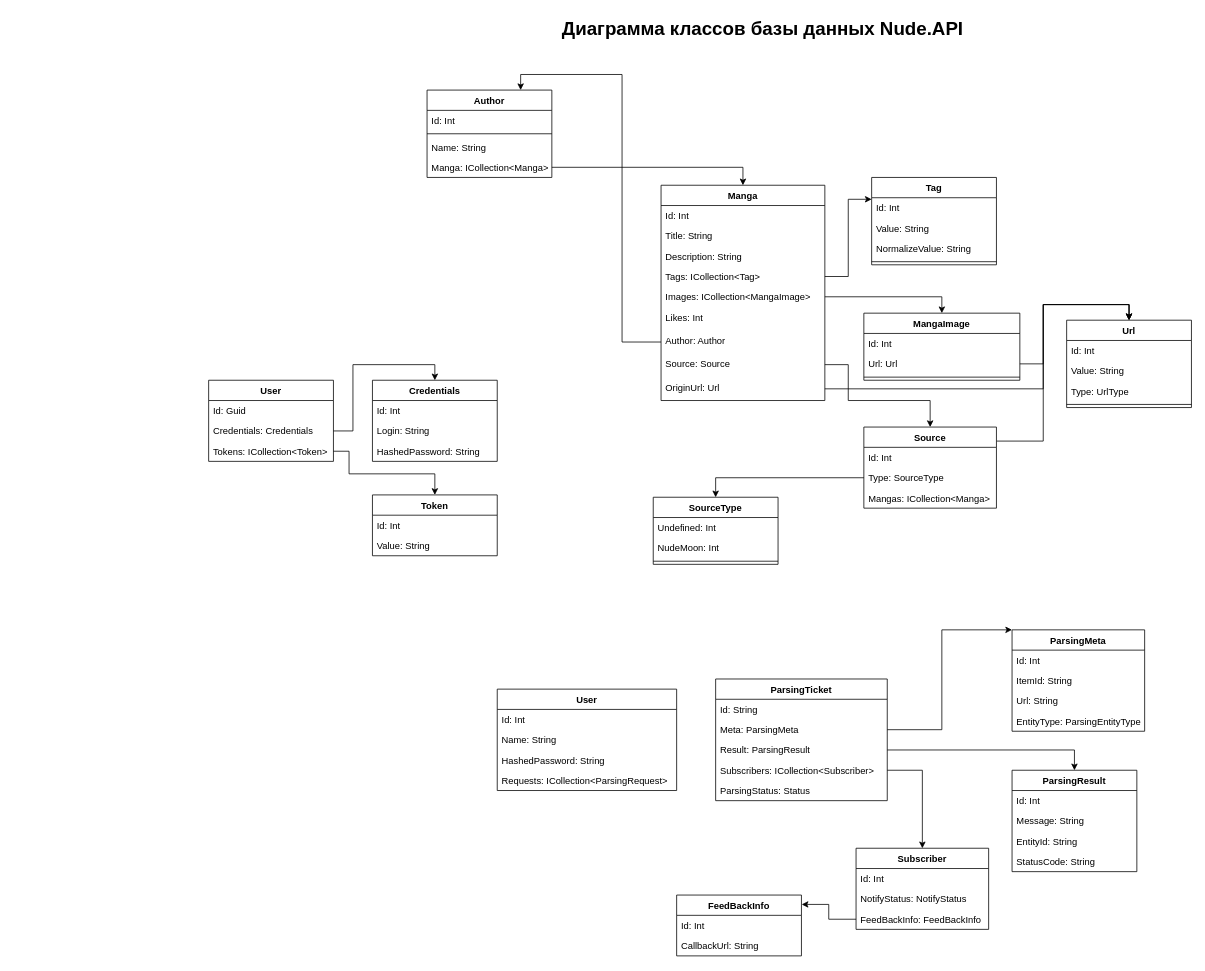
Earlier version of the draw.io diagram etc/Nude.API.Database.drawio (Sparrow1488/Nude). Source tidied: cells renumbered, new cells numbered last; positions are measured from the earlier drawing's top-left corner, leaving out a move shared by most shapes. Both pictures are drawn from the tidied source at 78%, with x=0, y=0 at pixel (208, 13).
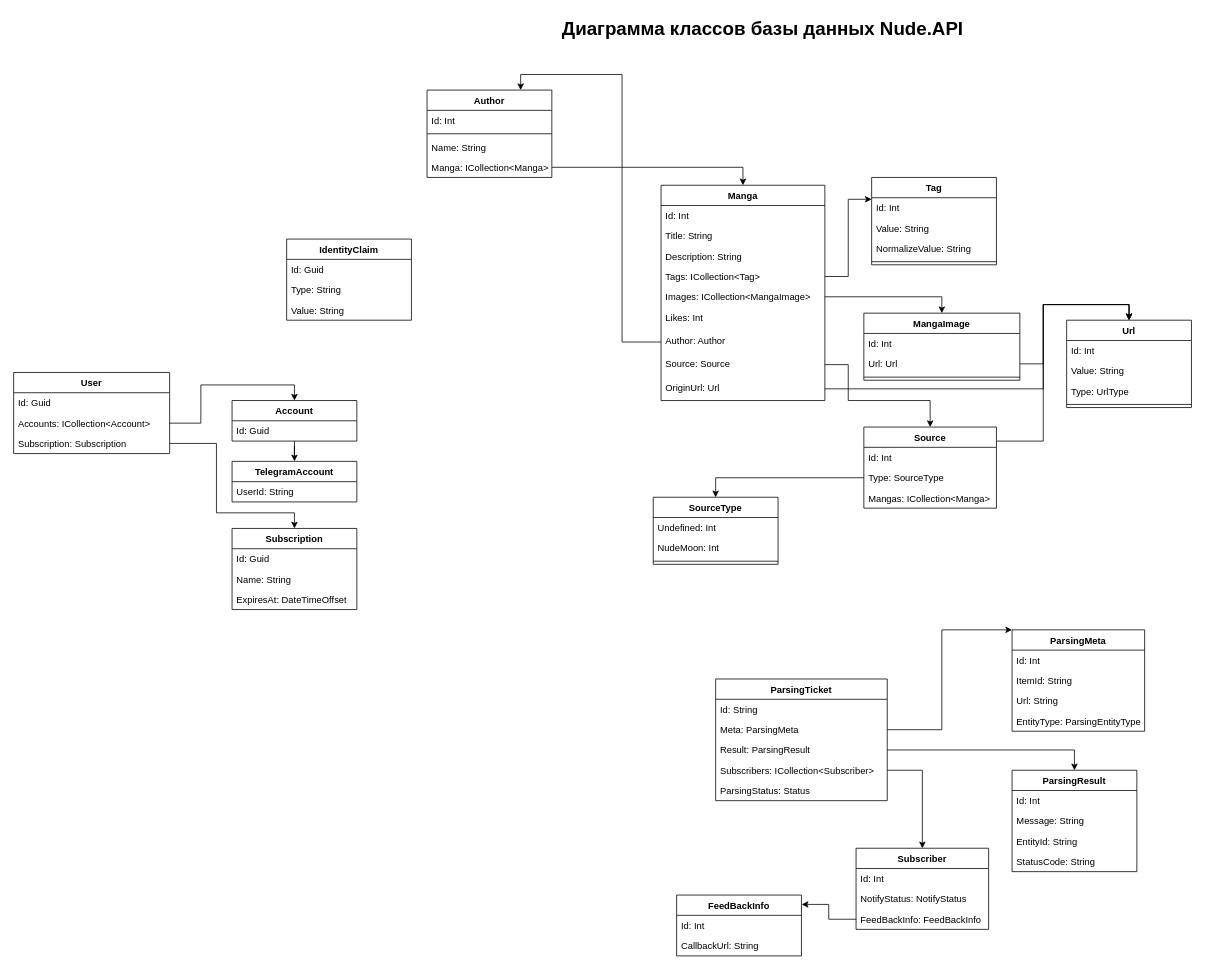
After the change.

The edit, as a diff of the source:
```diff
@@
-    <mxCell id="55" value="User" style="swimlane;fontStyle=1;align=center;verticalAlign=top;horizontal=1;startSize=26;" parent="1" vertex="1">
-      <mxGeometry x="370" y="866" width="230" height="130" as="geometry" />
-    </mxCell>
-    <mxCell id="56" value="Id: Int" style="text;strokeColor=none;fillColor=none;align=left;verticalAlign=top;spacingLeft=4;spacingRight=4;overflow=hidden;" parent="55" vertex="1">
-      <mxGeometry y="26" width="230" height="26" as="geometry" />
-    </mxCell>
-    <mxCell id="57" value="Name: String" style="text;strokeColor=none;fillColor=none;align=left;verticalAlign=top;spacingLeft=4;spacingRight=4;overflow=hidden;" parent="55" vertex="1">
-      <mxGeometry y="52" width="230" height="26" as="geometry" />
-    </mxCell>
-    <mxCell id="58" value="HashedPassword: String" style="text;strokeColor=none;fillColor=none;align=left;verticalAlign=top;spacingLeft=4;spacingRight=4;overflow=hidden;" parent="55" vertex="1">
-      <mxGeometry y="78" width="230" height="26" as="geometry" />
-    </mxCell>
-    <mxCell id="59" value="Requests: ICollection&lt;ParsingRequest&gt;" style="text;strokeColor=none;fillColor=none;align=left;verticalAlign=top;spacingLeft=4;spacingRight=4;overflow=hidden;" parent="55" vertex="1">
-      <mxGeometry y="104" width="230" height="26" as="geometry" />
-    </mxCell>
@@
     <mxCell id="81" value="User" style="swimlane;fontStyle=1;align=center;verticalAlign=top;horizontal=1;startSize=26;" parent="1" vertex="1">
-      <mxGeometry y="470" width="160" height="104" as="geometry" />
+      <mxGeometry x="-250" y="460" width="200" height="104" as="geometry" />
     </mxCell>
     <mxCell id="82" value="Id: Guid" style="text;strokeColor=none;fillColor=none;align=left;verticalAlign=top;spacingLeft=4;spacingRight=4;overflow=hidden;" parent="81" vertex="1">
-      <mxGeometry y="26" width="160" height="26" as="geometry" />
+      <mxGeometry y="26" width="200" height="26" as="geometry" />
     </mxCell>
-    <mxCell id="83" value="Credentials: Credentials" style="text;strokeColor=none;fillColor=none;align=left;verticalAlign=top;spacingLeft=4;spacingRight=4;overflow=hidden;points=[[0,0.5],[1,0.5]];portConstraint=eastwest;" parent="81" vertex="1">
-      <mxGeometry y="52" width="160" height="26" as="geometry" />
-    </mxCell>
-    <mxCell id="84" value="Tokens: ICollection&lt;Token&gt;" style="text;strokeColor=none;fillColor=none;align=left;verticalAlign=top;spacingLeft=4;spacingRight=4;overflow=hidden;points=[[0,0.5],[1,0.5]];portConstraint=eastwest;" parent="81" vertex="1">
-      <mxGeometry y="78" width="160" height="26" as="geometry" />
-    </mxCell>
-    <mxCell id="85" value="Token" style="swimlane;fontStyle=1;align=center;verticalAlign=top;horizontal=1;startSize=26;" parent="1" vertex="1">
-      <mxGeometry x="210" y="617" width="160" height="78" as="geometry" />
-    </mxCell>
-    <mxCell id="86" value="Id: Int" style="text;strokeColor=none;fillColor=none;align=left;verticalAlign=top;spacingLeft=4;spacingRight=4;overflow=hidden;" parent="85" vertex="1">
-      <mxGeometry y="26" width="160" height="26" as="geometry" />
-    </mxCell>
+    <mxCell id="94" value="Accounts: ICollection&lt;Account&gt;" style="text;strokeColor=none;fillColor=none;align=left;verticalAlign=top;spacingLeft=4;spacingRight=4;overflow=hidden;points=[[0,0.5],[1,0.5]];portConstraint=eastwest;" parent="81" vertex="1">
+      <mxGeometry y="52" width="200" height="26" as="geometry" />
+    </mxCell>
+    <mxCell id="95" value="Subscription: Subscription" style="text;strokeColor=none;fillColor=none;align=left;verticalAlign=top;spacingLeft=4;spacingRight=4;overflow=hidden;points=[[0,0.5],[1,0.5]];portConstraint=eastwest;" parent="81" vertex="1">
+      <mxGeometry y="78" width="200" height="26" as="geometry" />
+    </mxCell>
+    <mxCell id="96" style="edgeStyle=orthogonalEdgeStyle;rounded=0;jettySize=auto;html=1;entryX=0.5;entryY=0;entryDx=0;entryDy=0;" parent="1" edge="1" source="97" target="99">
+      <mxGeometry relative="1" as="geometry" />
+    </mxCell>
+    <mxCell id="97" value="Account" style="swimlane;fontStyle=1;align=center;verticalAlign=top;horizontal=1;startSize=26;whiteSpace=wrap;html=1;" parent="1" vertex="1">
+      <mxGeometry x="30" y="496" width="160" height="52" as="geometry" />
+    </mxCell>
+    <mxCell id="98" value="Id: Guid" style="text;strokeColor=none;fillColor=none;align=left;verticalAlign=top;spacingLeft=4;spacingRight=4;overflow=hidden;whiteSpace=wrap;html=1;" parent="97" vertex="1">
+      <mxGeometry y="26" width="160" height="26" as="geometry" />
+    </mxCell>
+    <mxCell id="99" value="TelegramAccount" style="swimlane;fontStyle=1;align=center;verticalAlign=top;horizontal=1;startSize=26;whiteSpace=wrap;html=1;" parent="1" vertex="1">
+      <mxGeometry x="30" y="574" width="160" height="52" as="geometry" />
+    </mxCell>
+    <mxCell id="100" value="UserId: String" style="text;strokeColor=none;fillColor=none;align=left;verticalAlign=top;spacingLeft=4;spacingRight=4;overflow=hidden;whiteSpace=wrap;html=1;" parent="99" vertex="1">
+      <mxGeometry y="26" width="160" height="26" as="geometry" />
+    </mxCell>
+    <mxCell id="101" style="edgeStyle=orthogonalEdgeStyle;rounded=0;jettySize=auto;html=1;entryX=0.5;entryY=0;entryDx=0;entryDy=0;exitX=1;exitY=0.5;exitDx=0;exitDy=0;" parent="1" edge="1" source="94" target="97">
+      <mxGeometry relative="1" as="geometry" />
+    </mxCell>
+    <mxCell id="102" value="IdentityClaim" style="swimlane;fontStyle=1;align=center;verticalAlign=top;horizontal=1;startSize=26;whiteSpace=wrap;html=1;" parent="1" vertex="1">
+      <mxGeometry x="100" y="289" width="160" height="104" as="geometry" />
+    </mxCell>
+    <mxCell id="103" value="Id: Guid" style="text;strokeColor=none;fillColor=none;align=left;verticalAlign=top;spacingLeft=4;spacingRight=4;overflow=hidden;whiteSpace=wrap;html=1;" parent="102" vertex="1">
+      <mxGeometry y="26" width="160" height="26" as="geometry" />
+    </mxCell>
+    <mxCell id="104" value="Type: String" style="text;strokeColor=none;fillColor=none;align=left;verticalAlign=top;spacingLeft=4;spacingRight=4;overflow=hidden;whiteSpace=wrap;html=1;" parent="102" vertex="1">
+      <mxGeometry y="52" width="160" height="26" as="geometry" />
+    </mxCell>
-    <mxCell id="87" value="Value: String" style="text;strokeColor=none;fillColor=none;align=left;verticalAlign=top;spacingLeft=4;spacingRight=4;overflow=hidden;" parent="85" vertex="1">
-      <mxGeometry y="52" width="160" height="26" as="geometry" />
+    <mxCell id="87" value="Value: String" style="text;strokeColor=none;fillColor=none;align=left;verticalAlign=top;spacingLeft=4;spacingRight=4;overflow=hidden;whiteSpace=wrap;html=1;" parent="102" vertex="1">
+      <mxGeometry y="78" width="160" height="26" as="geometry" />
     </mxCell>
-    <mxCell id="88" value="Credentials" style="swimlane;fontStyle=1;align=center;verticalAlign=top;horizontal=1;startSize=26;" parent="1" vertex="1">
-      <mxGeometry x="210" y="470" width="160" height="104" as="geometry" />
-    </mxCell>
-    <mxCell id="89" value="Id: Int" style="text;strokeColor=none;fillColor=none;align=left;verticalAlign=top;spacingLeft=4;spacingRight=4;overflow=hidden;" parent="88" vertex="1">
-      <mxGeometry y="26" width="160" height="26" as="geometry" />
-    </mxCell>
-    <mxCell id="90" value="Login: String" style="text;strokeColor=none;fillColor=none;align=left;verticalAlign=top;spacingLeft=4;spacingRight=4;overflow=hidden;" parent="88" vertex="1">
-      <mxGeometry y="52" width="160" height="26" as="geometry" />
-    </mxCell>
-    <mxCell id="91" value="HashedPassword: String" style="text;strokeColor=none;fillColor=none;align=left;verticalAlign=top;spacingLeft=4;spacingRight=4;overflow=hidden;" parent="88" vertex="1">
-      <mxGeometry y="78" width="160" height="26" as="geometry" />
-    </mxCell>
-    <mxCell id="92" style="edgeStyle=orthogonalEdgeStyle;rounded=0;jettySize=auto;html=1;entryX=0.5;entryY=0;entryDx=0;entryDy=0;" parent="1" edge="1" source="83" target="88">
-      <mxGeometry relative="1" as="geometry" />
-    </mxCell>
-    <mxCell id="93" style="edgeStyle=orthogonalEdgeStyle;rounded=0;jettySize=auto;html=1;entryX=0.5;entryY=0;entryDx=0;entryDy=0;" parent="1" edge="1" source="84" target="85">
-      <mxGeometry relative="1" as="geometry">
-        <Array as="points">
-          <mxPoint x="180" y="561" />
-          <mxPoint x="180" y="590" />
-          <mxPoint x="290" y="590" />
-        </Array>
-      </mxGeometry>
-    </mxCell>
+    <mxCell id="105" value="Subscription" style="swimlane;fontStyle=1;align=center;verticalAlign=top;horizontal=1;startSize=26;whiteSpace=wrap;html=1;" parent="1" vertex="1">
+      <mxGeometry x="30" y="660" width="160" height="104" as="geometry" />
+    </mxCell>
+    <mxCell id="106" value="Id: Guid" style="text;strokeColor=none;fillColor=none;align=left;verticalAlign=top;spacingLeft=4;spacingRight=4;overflow=hidden;whiteSpace=wrap;html=1;" parent="105" vertex="1">
+      <mxGeometry y="26" width="160" height="26" as="geometry" />
+    </mxCell>
+    <mxCell id="57" value="Name: String" style="text;strokeColor=none;fillColor=none;align=left;verticalAlign=top;spacingLeft=4;spacingRight=4;overflow=hidden;whiteSpace=wrap;html=1;" parent="105" vertex="1">
+      <mxGeometry y="52" width="160" height="26" as="geometry" />
+    </mxCell>
+    <mxCell id="107" value="ExpiresAt: DateTimeOffset" style="text;strokeColor=none;fillColor=none;align=left;verticalAlign=top;spacingLeft=4;spacingRight=4;overflow=hidden;whiteSpace=wrap;html=1;" parent="105" vertex="1">
+      <mxGeometry y="78" width="160" height="26" as="geometry" />
+    </mxCell>
+    <mxCell id="108" style="edgeStyle=orthogonalEdgeStyle;rounded=0;jettySize=auto;html=1;entryX=0.5;entryY=0;entryDx=0;entryDy=0;" parent="1" edge="1" source="95" target="105">
+      <mxGeometry relative="1" as="geometry">
+        <Array as="points">
+          <mxPoint x="10" y="551" />
+          <mxPoint x="10" y="640" />
+          <mxPoint x="110" y="640" />
+        </Array>
+      </mxGeometry>
+    </mxCell>
```
